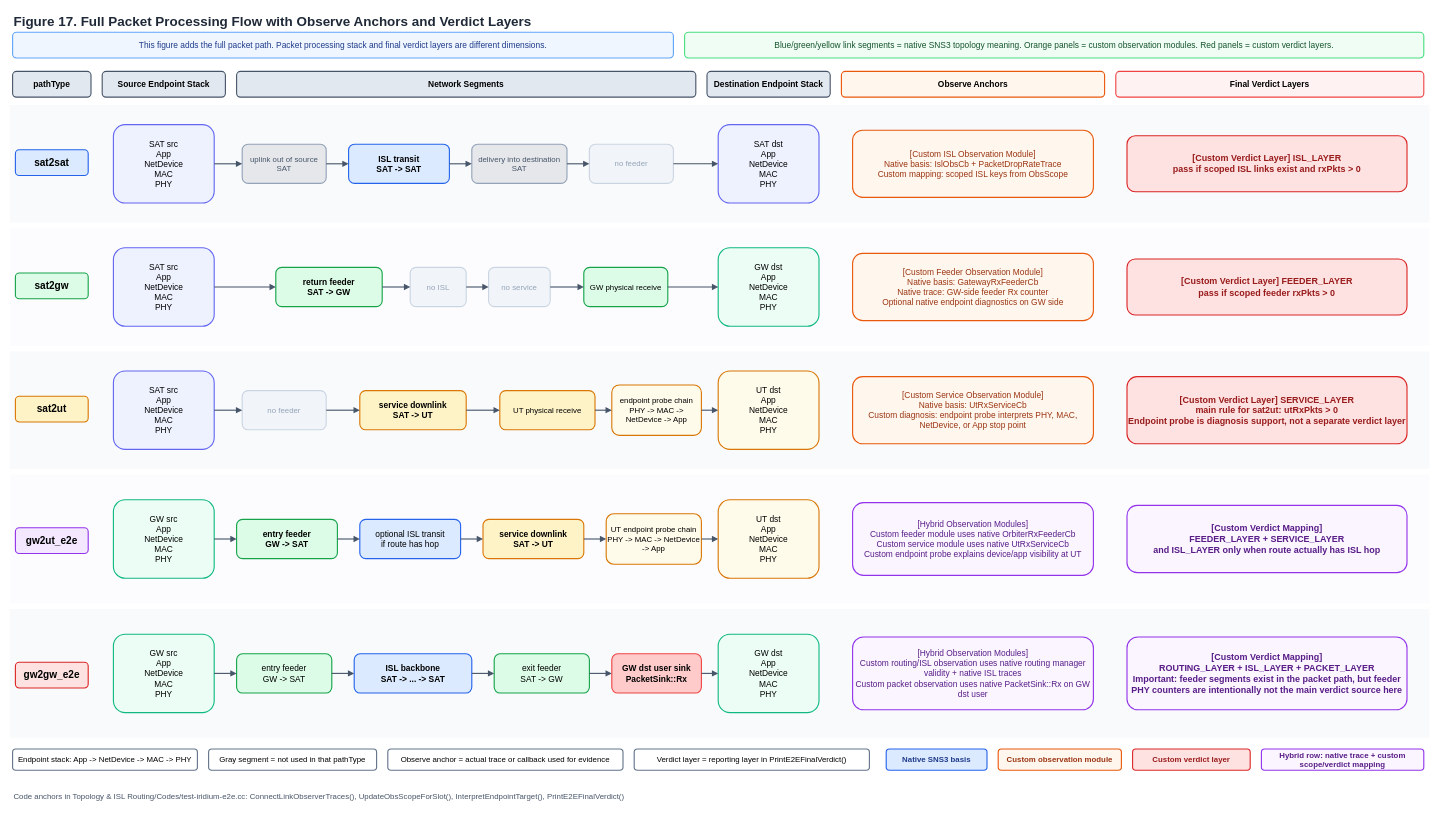
The draw.io diagram Report/figures/fig17-observe-verdict-full-packet-flow.drawio in yuru1231/TriScale-LEO, before the edit. Source tidied: cells renumbered, new cells numbered last; positions are measured from the earlier drawing's top-left corner, leaving out a move shared by most shapes. Both pictures are drawn from the tidied source at 56%, with x=0, y=0 at pixel (10, 10).
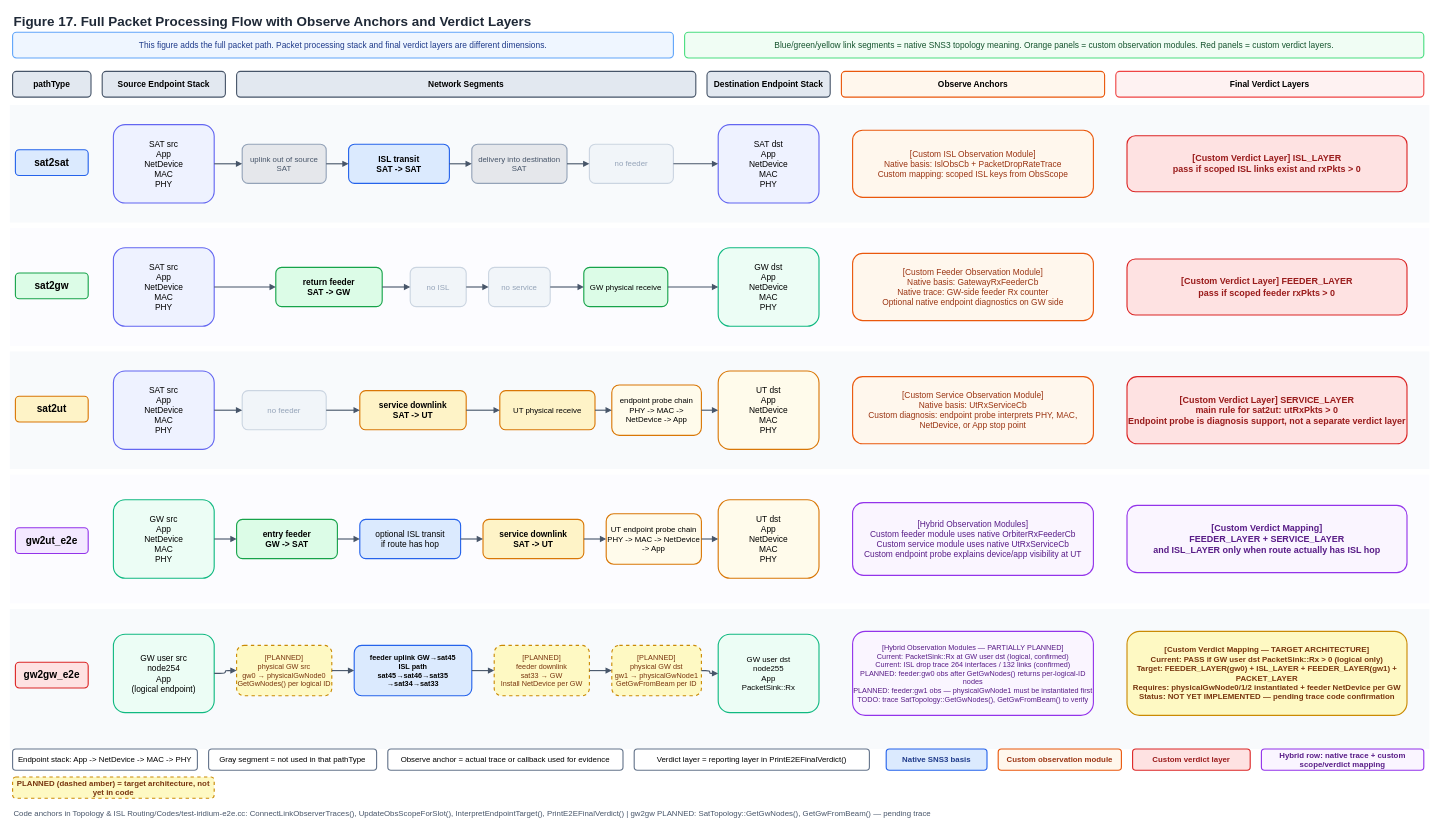
Above is the later version.

The edit, as a diff of the source:
```diff
@@
     <mxCell id="15" style="rounded=0;whiteSpace=wrap;html=1;fillColor=#f8fafc;strokeColor=none;" parent="1" vertex="1">
-      <mxGeometry y="1070" width="2535" height="230" as="geometry" />
+      <mxGeometry y="1070" width="2535" height="250" as="geometry" />
     </mxCell>
@@
-    <mxCell id="61" value="GW src&#10;App&#10;NetDevice&#10;MAC&#10;PHY" style="rounded=1;whiteSpace=wrap;html=1;fillColor=#ecfdf5;strokeColor=#10b981;strokeWidth=2;fontSize=15;align=center;" parent="1" vertex="1">
+    <mxCell id="61" value="GW user src&#10;node254&#10;App&#10;(logical endpoint)" style="rounded=1;whiteSpace=wrap;html=1;fillColor=#ecfdf5;strokeColor=#10b981;strokeWidth=2;fontSize=15;align=center;" parent="1" vertex="1">
       <mxGeometry x="185" y="1115" width="180" height="140" as="geometry" />
     </mxCell>
-    <mxCell id="62" value="entry feeder&#10;GW -&gt; SAT" style="rounded=1;whiteSpace=wrap;html=1;fillColor=#dcfce7;strokeColor=#16a34a;strokeWidth=2;fontSize=15;" parent="1" vertex="1">
-      <mxGeometry x="405" y="1150" width="170" height="70" as="geometry" />
+    <mxCell id="62" value="[PLANNED]&#10;physical GW src&#10;gw0 → physicalGwNode0&#10;GetGwNodes() per logical ID" style="rounded=1;whiteSpace=wrap;html=1;fillColor=#fef9c3;strokeColor=#ca8a04;strokeWidth=2;fontSize=13;fontColor=#78350f;dashed=1;" parent="1" vertex="1">
+      <mxGeometry x="405" y="1135" width="170" height="90" as="geometry" />
     </mxCell>
-    <mxCell id="63" value="ISL backbone&#10;SAT -&gt; ... -&gt; SAT" style="rounded=1;whiteSpace=wrap;html=1;fillColor=#dbeafe;strokeColor=#2563eb;strokeWidth=2;fontStyle=1;fontSize=15;" parent="1" vertex="1">
-      <mxGeometry x="615" y="1150" width="210" height="70" as="geometry" />
+    <mxCell id="63" value="feeder uplink GW→sat45&#10;ISL path&#10;sat45→sat46→sat35&#10;→sat34→sat33" style="rounded=1;whiteSpace=wrap;html=1;fillColor=#dbeafe;strokeColor=#2563eb;strokeWidth=2;fontStyle=1;fontSize=13;" parent="1" vertex="1">
+      <mxGeometry x="615" y="1135" width="210" height="90" as="geometry" />
     </mxCell>
-    <mxCell id="64" value="exit feeder&#10;SAT -&gt; GW" style="rounded=1;whiteSpace=wrap;html=1;fillColor=#dcfce7;strokeColor=#16a34a;strokeWidth=2;fontSize=15;" parent="1" vertex="1">
-      <mxGeometry x="865" y="1150" width="170" height="70" as="geometry" />
+    <mxCell id="64" value="[PLANNED]&#10;feeder downlink&#10;sat33 → GW&#10;Install NetDevice per GW" style="rounded=1;whiteSpace=wrap;html=1;fillColor=#fef9c3;strokeColor=#ca8a04;strokeWidth=2;fontSize=13;fontColor=#78350f;dashed=1;" parent="1" vertex="1">
+      <mxGeometry x="865" y="1135" width="170" height="90" as="geometry" />
     </mxCell>
-    <mxCell id="65" value="GW dst user sink&#10;PacketSink::Rx" style="rounded=1;whiteSpace=wrap;html=1;fillColor=#fecaca;strokeColor=#ef4444;strokeWidth=2;fontStyle=1;fontSize=15;" parent="1" vertex="1">
-      <mxGeometry x="1075" y="1150" width="160" height="70" as="geometry" />
+    <mxCell id="65" value="[PLANNED]&#10;physical GW dst&#10;gw1 → physicalGwNode1&#10;GetGwFromBeam per ID" style="rounded=1;whiteSpace=wrap;html=1;fillColor=#fef9c3;strokeColor=#ca8a04;strokeWidth=2;fontSize=13;fontColor=#78350f;dashed=1;" parent="1" vertex="1">
+      <mxGeometry x="1075" y="1135" width="160" height="90" as="geometry" />
     </mxCell>
-    <mxCell id="66" value="GW dst&#10;App&#10;NetDevice&#10;MAC&#10;PHY" style="rounded=1;whiteSpace=wrap;html=1;fillColor=#ecfdf5;strokeColor=#10b981;strokeWidth=2;fontSize=15;align=center;" parent="1" vertex="1">
+    <mxCell id="66" value="GW user dst&#10;node255&#10;App&#10;PacketSink::Rx" style="rounded=1;whiteSpace=wrap;html=1;fillColor=#ecfdf5;strokeColor=#10b981;strokeWidth=2;fontSize=14;align=center;" parent="1" vertex="1">
       <mxGeometry x="1265" y="1115" width="180" height="140" as="geometry" />
     </mxCell>
-    <mxCell id="67" value="[Hybrid Observation Modules]&#10;Custom routing/ISL observation uses native routing manager validity + native ISL traces&#10;Custom packet observation uses native PacketSink::Rx on GW dst user" style="rounded=1;whiteSpace=wrap;html=1;fillColor=#faf5ff;strokeColor=#9333ea;strokeWidth=2;fontSize=15;fontColor=#581c87;" parent="1" vertex="1">
-      <mxGeometry x="1505" y="1120" width="430" height="130" as="geometry" />
+    <mxCell id="67" value="[Hybrid Observation Modules — PARTIALLY PLANNED]&#10;Current: PacketSink::Rx at GW user dst (logical, confirmed)&#10;Current: ISL drop trace 264 interfaces / 132 links (confirmed)&#10;PLANNED: feeder:gw0 obs after GetGwNodes() returns per-logical-ID nodes&#10;PLANNED: feeder:gw1 obs — physicalGwNode1 must be instantiated first&#10;TODO: trace SatTopology::GetGwNodes(), GetGwFromBeam() to verify" style="rounded=1;whiteSpace=wrap;html=1;fillColor=#faf5ff;strokeColor=#9333ea;strokeWidth=2;fontSize=13;fontColor=#581c87;" parent="1" vertex="1">
+      <mxGeometry x="1505" y="1110" width="430" height="150" as="geometry" />
     </mxCell>
-    <mxCell id="68" value="[Custom Verdict Mapping]&#10;ROUTING_LAYER + ISL_LAYER + PACKET_LAYER&#10;Important: feeder segments exist in the packet path, but feeder PHY counters are intentionally not the main verdict source here" style="rounded=1;whiteSpace=wrap;html=1;fillColor=#faf5ff;strokeColor=#9333ea;strokeWidth=2;fontStyle=1;fontSize=16;fontColor=#581c87;" parent="1" vertex="1">
-      <mxGeometry x="1995" y="1120" width="500" height="130" as="geometry" />
+    <mxCell id="68" value="[Custom Verdict Mapping — TARGET ARCHITECTURE]&#10;Current: PASS if GW user dst PacketSink::Rx &gt; 0 (logical only)&#10;Target: FEEDER_LAYER(gw0) + ISL_LAYER + FEEDER_LAYER(gw1) + PACKET_LAYER&#10;Requires: physicalGwNode0/1/2 instantiated + feeder NetDevice per GW&#10;Status: NOT YET IMPLEMENTED — pending trace code confirmation" style="rounded=1;whiteSpace=wrap;html=1;fillColor=#fef9c3;strokeColor=#ca8a04;strokeWidth=2;fontStyle=1;fontSize=14;fontColor=#78350f;" parent="1" vertex="1">
+      <mxGeometry x="1995" y="1110" width="500" height="150" as="geometry" />
     </mxCell>
@@
+    <mxCell id="95" value="PLANNED (dashed amber) = target architecture, not yet in code" style="rounded=1;whiteSpace=wrap;html=1;fillColor=#fef9c3;strokeColor=#ca8a04;strokeWidth=2;fontStyle=1;fontSize=14;fontColor=#78350f;dashed=1;" parent="1" vertex="1">
+      <mxGeometry x="5" y="1370" width="360" height="38" as="geometry" />
+    </mxCell>
-    <mxCell id="94" value="Code anchors in Topology &amp; ISL Routing/Codes/test-iridium-e2e.cc: ConnectLinkObserverTraces(), UpdateObsScopeForSlot(), InterpretEndpointTarget(), PrintE2EFinalVerdict()" style="text;html=1;strokeColor=none;fillColor=none;align=left;fontSize=14;fontColor=#475569;" parent="1" vertex="1">
-      <mxGeometry x="5" y="1390" width="1800" height="24" as="geometry" />
+    <mxCell id="94" value="Code anchors in Topology &amp; ISL Routing/Codes/test-iridium-e2e.cc: ConnectLinkObserverTraces(), UpdateObsScopeForSlot(), InterpretEndpointTarget(), PrintE2EFinalVerdict() | gw2gw PLANNED: SatTopology::GetGwNodes(), GetGwFromBeam() — pending trace" style="text;html=1;strokeColor=none;fillColor=none;align=left;fontSize=14;fontColor=#475569;" parent="1" vertex="1">
+      <mxGeometry x="5" y="1420" width="2200" height="24" as="geometry" />
     </mxCell>
```
